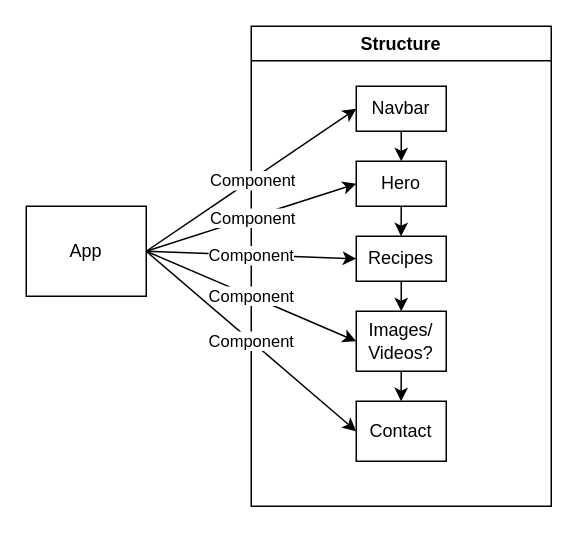
SpookTheProgrammer/IT_Hjelpemiddel keeps this draw.io diagram as Untitled Diagram.drawio. Above is the earlier version. Source tidied: cells renumbered, new cells numbered last; positions are measured from the earlier drawing's top-left corner, leaving out a move shared by most shapes. Both pictures are drawn from the tidied source at 150%, with x=0, y=0 at pixel (26, 26).
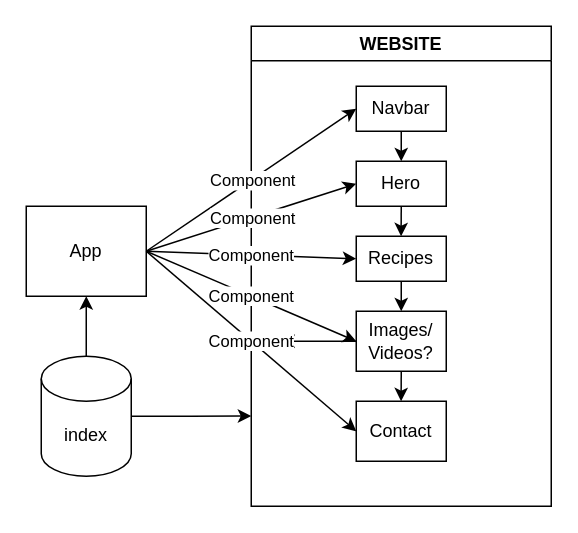
The same page after the edit.

Unchanged cells that the change refers to:
```xml
<mxCell id="2" value="App" style="rounded=0;labelBorderColor=none;labelBackgroundColor=none;fontColor=default;whiteSpace=wrap;html=1;align=center;" parent="1" vertex="1">
  <mxGeometry y="120" width="80" height="60" as="geometry" />
</mxCell>
<mxCell id="3" style="group;" parent="1" vertex="1">
  <mxGeometry x="150" width="200" height="320" as="geometry" />
</mxCell>
<mxCell id="5" style="group;" parent="3" vertex="1">
  <mxGeometry x="70" y="30" width="60" height="250" as="geometry" />
</mxCell>
<mxCell id="13" value="Images/&lt;br&gt;Videos?" style="rounded=0;whiteSpace=wrap;html=1;" parent="5" vertex="1">
  <mxGeometry y="160" width="60" height="40" as="geometry" />
</mxCell>
```

The edit, as a diff of the source:
```diff
@@
-    <mxCell id="4" value="Structure" style="swimlane;whiteSpace=wrap;html=1;" parent="3" vertex="1">
+    <mxCell id="4" value="WEBSITE" style="swimlane;whiteSpace=wrap;html=1;" parent="3" vertex="1">
       <mxGeometry width="200" height="320" as="geometry" />
     </mxCell>
@@
+    <mxCell id="25" style="edgeStyle=orthogonalEdgeStyle;rounded=0;jettySize=auto;html=1;" parent="5" edge="1" source="13">
+      <mxGeometry relative="1" as="geometry">
+        <mxPoint x="-50" y="180" as="targetPoint" />
+      </mxGeometry>
+    </mxCell>
@@
+    <mxCell id="26" style="edgeStyle=orthogonalEdgeStyle;rounded=0;jettySize=auto;html=1;exitX=1;exitY=0.5;exitDx=0;exitDy=0;exitPerimeter=0;" parent="1" edge="1" source="28">
+      <mxGeometry relative="1" as="geometry">
+        <mxPoint x="150" y="259.8" as="targetPoint" />
+      </mxGeometry>
+    </mxCell>
+    <mxCell id="27" style="edgeStyle=orthogonalEdgeStyle;rounded=0;jettySize=auto;html=1;exitX=0.5;exitY=0;exitDx=0;exitDy=0;exitPerimeter=0;entryX=0.5;entryY=1;entryDx=0;entryDy=0;" parent="1" edge="1" source="28" target="2">
+      <mxGeometry relative="1" as="geometry" />
+    </mxCell>
+    <mxCell id="28" value="index" style="shape=cylinder3;whiteSpace=wrap;html=1;boundedLbl=1;backgroundOutline=1;size=15;" parent="1" vertex="1">
+      <mxGeometry x="10" y="220" width="60" height="80" as="geometry" />
+    </mxCell>
```
